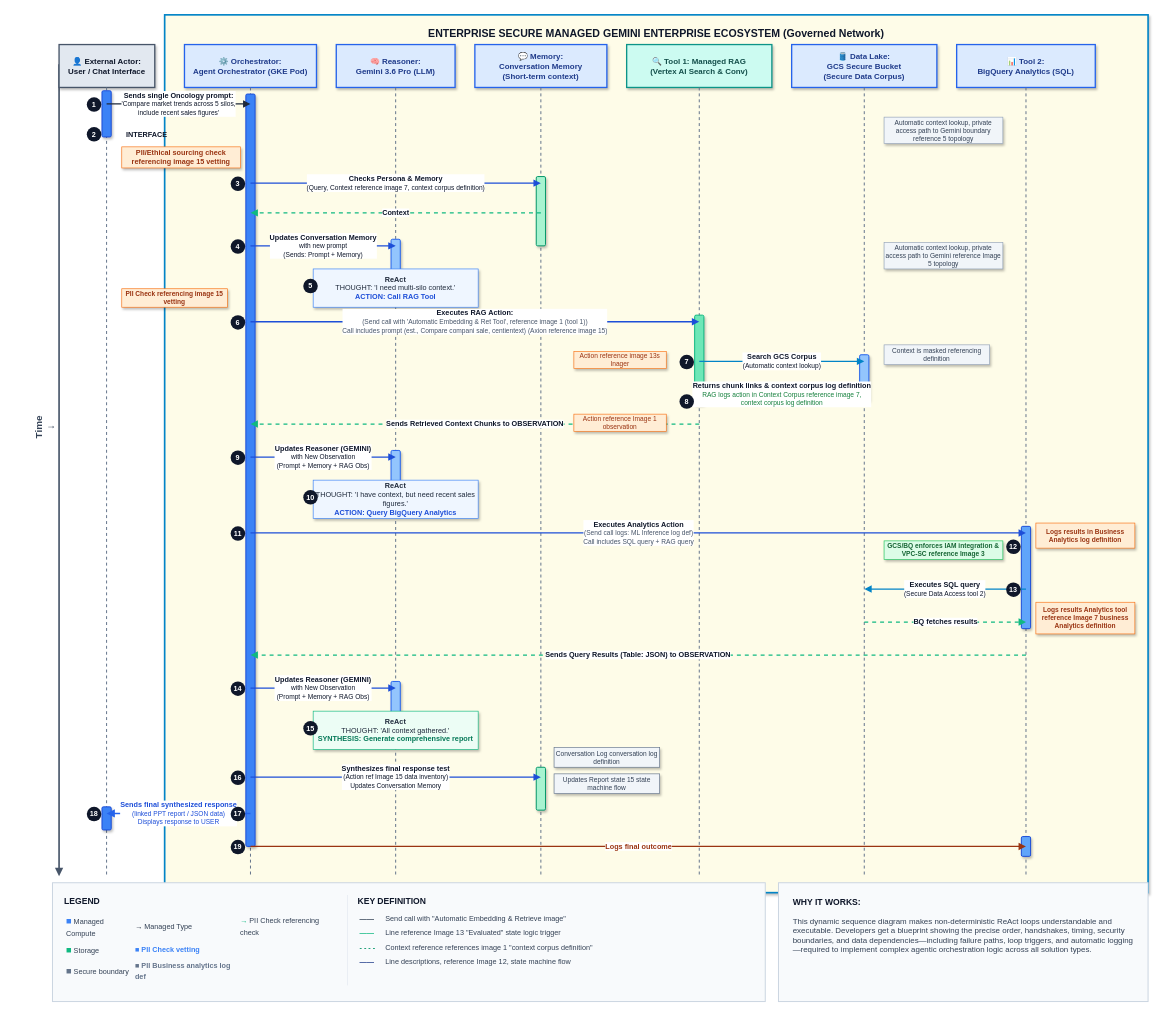
Above: templates/master_blueprints/xml/P3-APP-L-10_multi_agent_sequence_flow.drawio.xml in nitinaggarwal-12/PromptCanvas (draw.io), before the change. Source tidied: cells renumbered, new cells numbered last; positions are measured from the earlier drawing's top-left corner, leaving out a move shared by most shapes. Both pictures are drawn from the tidied source at 66%, with x=0, y=0 at pixel (36, 15).
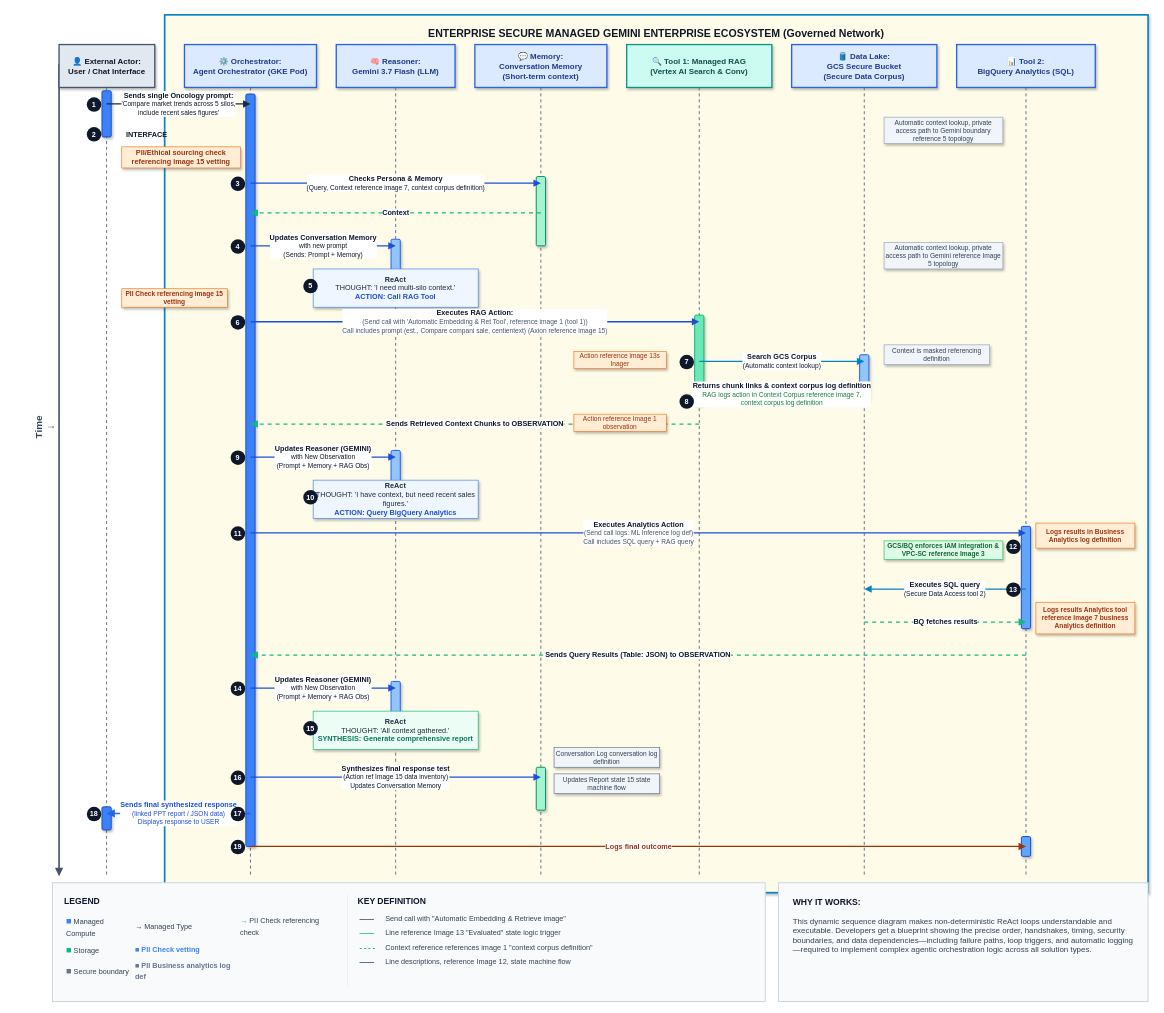
The same diagram, later.

Change to the diagram source:
```diff
@@
-    <mxCell id="7" value="&lt;b style='font-size:12px;color:#1E3A8A;'&gt;🧠 Reasoner:&lt;br&gt;Gemini 3.6 Pro (LLM)&lt;/b&gt;" style="rounded=0;whiteSpace=wrap;html=1;fillColor=#DBEAFE;strokeColor=#2563EB;strokeWidth=2;fontFamily=Helvetica;shadow=1;" parent="1" vertex="1">
+    <mxCell id="7" value="&lt;b style='font-size:12px;color:#1E3A8A;'&gt;🧠 Reasoner:&lt;br&gt;Gemini 3.7 Flash (LLM)&lt;/b&gt;" style="rounded=0;whiteSpace=wrap;html=1;fillColor=#DBEAFE;strokeColor=#2563EB;strokeWidth=2;fontFamily=Helvetica;shadow=1;" parent="1" vertex="1">
       <mxGeometry x="455" y="45" width="180" height="65" as="geometry" />
     </mxCell>
```
